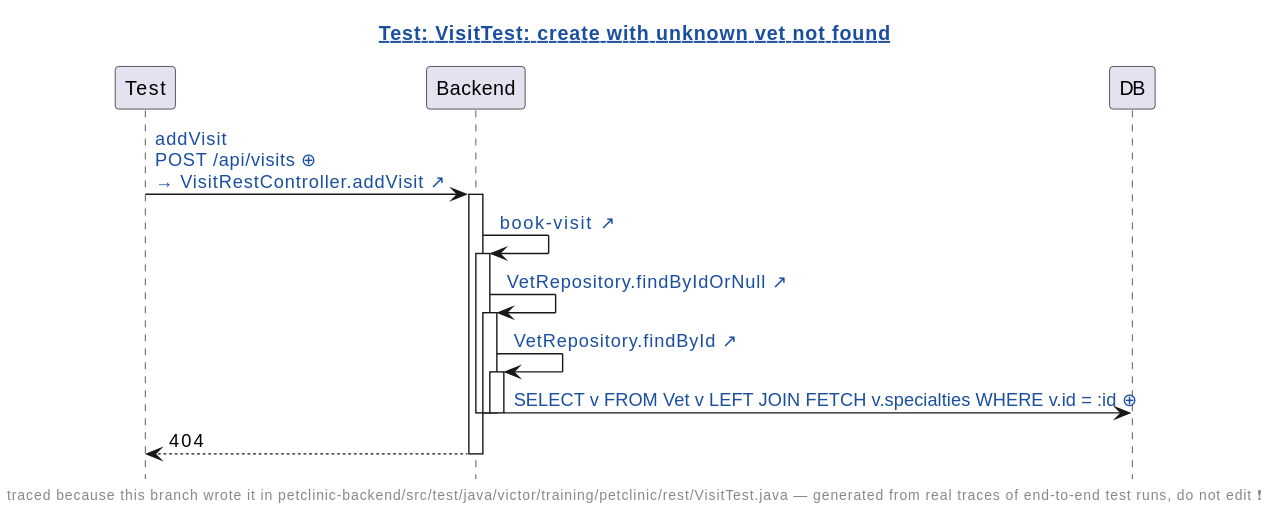
Earlier version of the PlantUML export demo/demo/assets/diagrams/petclinic-test_generated_VisitTest.java.create-with-unknown-vet-not-found.genseq.diff.svg (victorrentea/human-review).
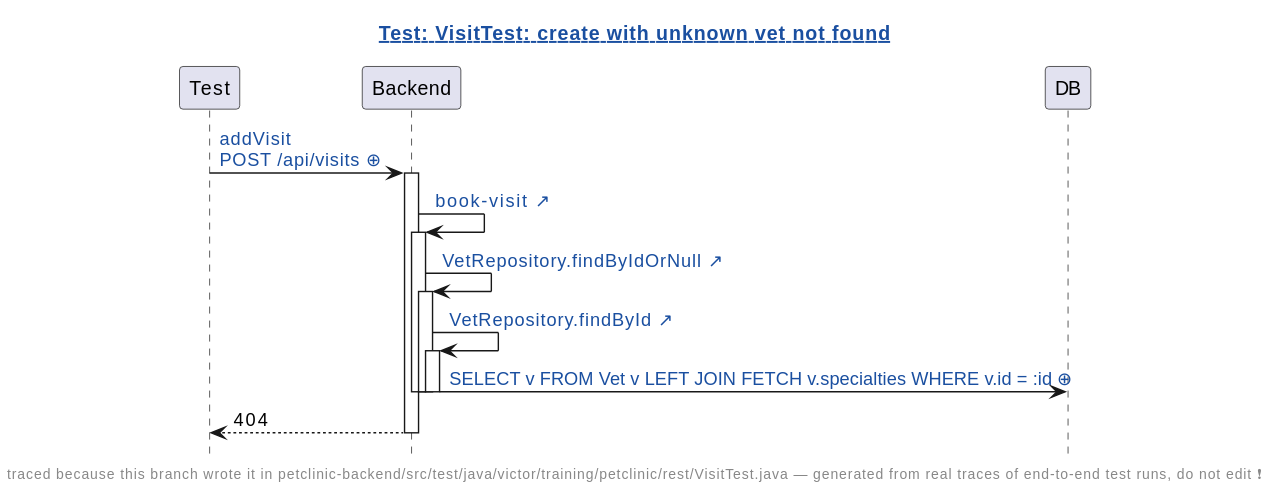
Later version of the same file.

The edit, as a diff of the source:
```diff
@@ -9,7 +9,7 @@
 participant Test
 participant Backend
 participant DB
-Test -> Backend: [[genseq://0rymiqj{Click for the request as it was sent} addVisit\nPOST /api/visits ⊕]]\n[[src://petclinic-backend/src/main/java/victor/training/petclinic/rest/VisitRestController.java:59{Click to open VisitRestController.addVisit} → VisitRestController.addVisit ↗]]
+Test -> Backend: [[genseq://0rymiqj{Click for the request as it was sent} addVisit\nPOST /api/visits ⊕]]
 activate Backend
 Backend -> Backend: [[src://petclinic-backend/src/main/java/victor/training/petclinic/rest/VisitRestController.java:72{Click to open VisitRestController.bookVisit} book-visit ↗]]
 activate Backend
```
